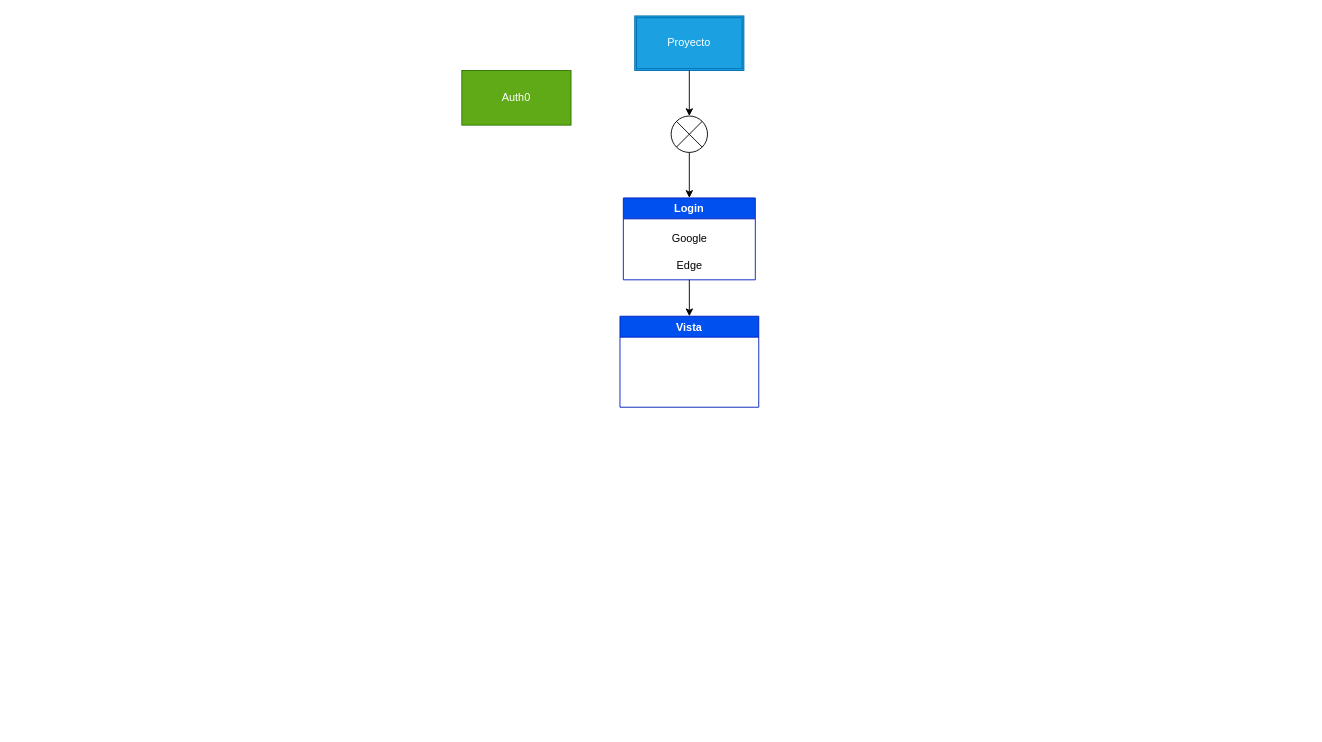
This is OneDrive/Escritorio/proyecto-cmd/Mapa/Estructura.drawio from blue1708/proyecto-crm, a draw.io file, before an edit. Source tidied: cells renumbered, new cells numbered last; positions are measured from the earlier drawing's top-left corner, leaving out a move shared by most shapes. Both pictures are drawn from the tidied source at 91%, with x=0, y=0 at pixel (461, 15).
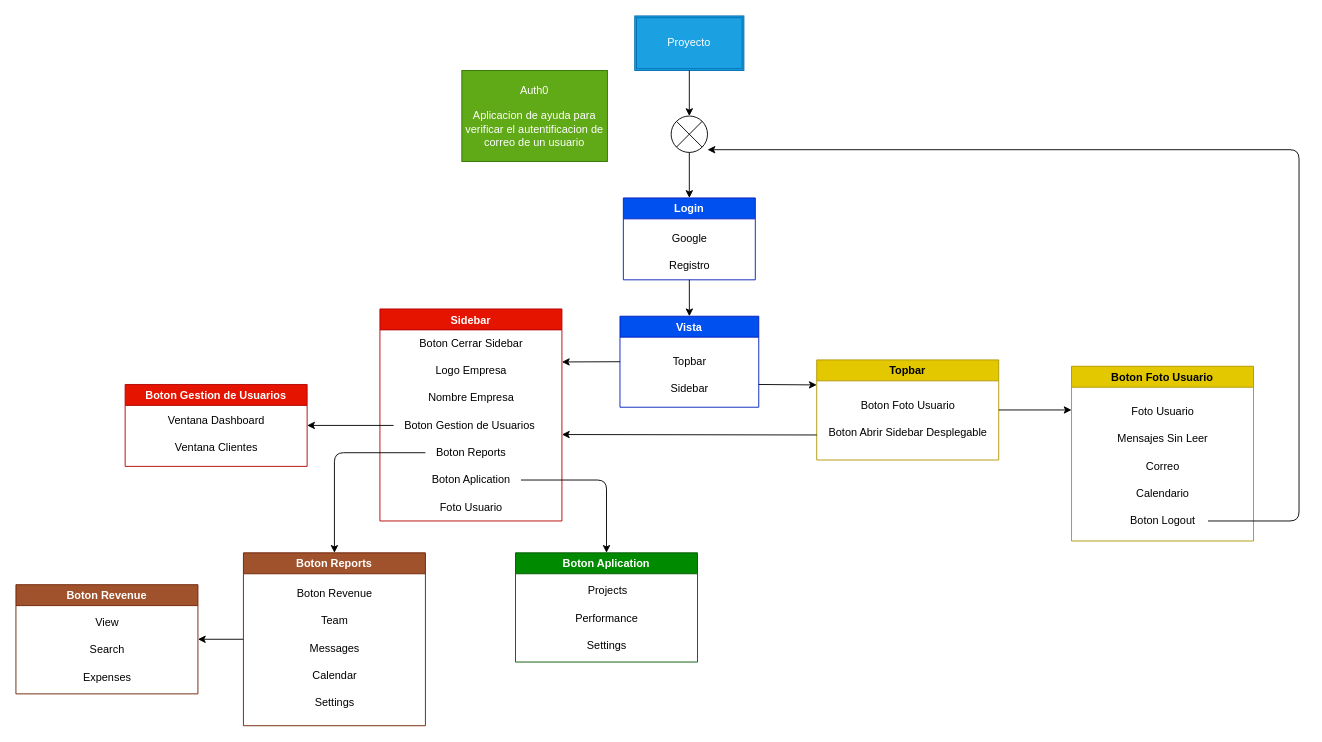
Above is the later version.

The change refers to these unchanged cells:
```xml
<mxCell id="2" style="shape=sumEllipse;perimeter=ellipsePerimeter;whiteSpace=wrap;html=1;backgroundOutline=1;" parent="1" vertex="1">
  <mxGeometry x="230" y="110" width="40" height="40" as="geometry" />
</mxCell>
<mxCell id="3" value="Proyecto" style="shape=ext;double=1;rounded=0;whiteSpace=wrap;html=1;fillColor=#1ba1e2;fontColor=#ffffff;strokeColor=#006EAF;" parent="1" vertex="1">
  <mxGeometry x="190" width="120" height="60" as="geometry" />
</mxCell>
<mxCell id="5" value="Login" style="swimlane;fillColor=#0050ef;fontColor=#ffffff;strokeColor=#001DBC;startSize=23;" parent="1" vertex="1">
  <mxGeometry x="177.5" y="200" width="145" height="90" as="geometry" />
</mxCell>
<mxCell id="9" value="Vista" style="swimlane;fillColor=#0050ef;fontColor=#ffffff;strokeColor=#001DBC;" parent="1" vertex="1">
  <mxGeometry x="173.8" y="330" width="152.5" height="100" as="geometry" />
</mxCell>
```

Diff of the diagram source:
```diff
@@
-    <mxCell id="4" style="endArrow=classic;html=1;exitX=0.5;exitY=1;exitDx=0;exitDy=0;entryX=0.5;entryY=0;entryDx=0;entryDy=0;" parent="1" edge="1" source="3" target="2">
+    <mxCell id="4" style="endArrow=classic;html=1;entryX=0.5;entryY=0;entryDx=0;entryDy=0;" parent="1" edge="1" source="3" target="2">
       <mxGeometry relative="1" as="geometry" />
     </mxCell>
@@
-    <mxCell id="7" value="Edge" style="text;html=1;align=center;verticalAlign=middle;strokeColor=none;fillColor=none;" parent="5" vertex="1">
-      <mxGeometry x="47.5" y="60" width="50" height="30" as="geometry" />
+    <mxCell id="7" value="Registro" style="text;html=1;align=center;verticalAlign=middle;strokeColor=none;fillColor=none;" parent="5" vertex="1">
+      <mxGeometry x="37.5" y="60" width="70" height="30" as="geometry" />
     </mxCell>
@@
+    <mxCell id="12" value="Topbar" style="text;html=1;align=center;verticalAlign=middle;strokeColor=none;fillColor=none;" parent="9" vertex="1">
+      <mxGeometry x="46.2" y="35" width="60" height="30" as="geometry" />
+    </mxCell>
@@
-    <mxCell id="11" value="Auth0" style="rounded=0;whiteSpace=wrap;html=1;fillColor=#60a917;fontColor=#ffffff;strokeColor=#2D7600;" parent="1" vertex="1">
-      <mxGeometry y="60" width="120" height="60" as="geometry" />
+    <mxCell id="11" value="Auth0&lt;br&gt;&lt;br&gt;Aplicacion de ayuda para verificar el autentificacion de correo de un usuario" style="rounded=0;whiteSpace=wrap;html=1;fillColor=#60a917;fontColor=#ffffff;strokeColor=#2D7600;" parent="1" vertex="1">
+      <mxGeometry y="60" width="160" height="100" as="geometry" />
     </mxCell>
+    <mxCell id="13" value="Sidebar" style="text;html=1;align=center;verticalAlign=middle;strokeColor=none;fillColor=none;" parent="1" vertex="1">
+      <mxGeometry x="215" y="395" width="70" height="30" as="geometry" />
+    </mxCell>
+    <mxCell id="14" value="Topbar" style="swimlane;fillColor=#e3c800;fontColor=#000000;strokeColor=#B09500;" parent="1" vertex="1">
+      <mxGeometry x="390" y="378" width="200" height="110" as="geometry" />
+    </mxCell>
+    <mxCell id="15" value="Boton Foto Usuario" style="text;html=1;align=center;verticalAlign=middle;strokeColor=none;fillColor=none;" parent="14" vertex="1">
+      <mxGeometry x="35" y="35" width="130" height="30" as="geometry" />
+    </mxCell>
+    <mxCell id="16" value="Boton Abrir Sidebar Desplegable" style="text;html=1;align=center;verticalAlign=middle;strokeColor=none;fillColor=none;" parent="14" vertex="1">
+      <mxGeometry y="65" width="200" height="30" as="geometry" />
+    </mxCell>
+    <mxCell id="17" value="Sidebar" style="swimlane;fillColor=#e51400;fontColor=#ffffff;strokeColor=#B20000;" parent="1" vertex="1">
+      <mxGeometry x="-90" y="322" width="200" height="233" as="geometry" />
+    </mxCell>
+    <mxCell id="18" value="Foto Usuario" style="text;html=1;align=center;verticalAlign=middle;strokeColor=none;fillColor=none;" parent="17" vertex="1">
+      <mxGeometry x="55" y="203" width="90" height="30" as="geometry" />
+    </mxCell>
+    <mxCell id="19" value="Nombre Empresa" style="text;html=1;align=center;verticalAlign=middle;strokeColor=none;fillColor=none;" parent="17" vertex="1">
+      <mxGeometry x="40" y="83" width="120" height="30" as="geometry" />
+    </mxCell>
+    <mxCell id="20" value="Boton Gestion de Usuarios&amp;nbsp;" style="text;html=1;align=center;verticalAlign=middle;points=[];strokeColor=none;fillColor=none;" parent="17" vertex="1">
+      <mxGeometry x="15" y="113" width="170" height="30" as="geometry" />
+    </mxCell>
+    <mxCell id="21" value="Boton Reports" style="text;html=1;align=center;verticalAlign=middle;points=[];strokeColor=none;fillColor=none;" parent="17" vertex="1">
+      <mxGeometry x="50" y="143" width="100" height="30" as="geometry" />
+    </mxCell>
+    <mxCell id="22" value="Boton Aplication" style="text;html=1;align=center;verticalAlign=middle;points=[];strokeColor=none;fillColor=none;" parent="17" vertex="1">
+      <mxGeometry x="45" y="173" width="110" height="30" as="geometry" />
+    </mxCell>
+    <mxCell id="23" value="Logo Empresa" style="text;html=1;align=center;verticalAlign=middle;strokeColor=none;fillColor=none;" parent="17" vertex="1">
+      <mxGeometry x="50" y="53" width="100" height="30" as="geometry" />
+    </mxCell>
+    <mxCell id="24" value="Boton Cerrar Sidebar" style="text;html=1;align=center;verticalAlign=middle;strokeColor=none;fillColor=none;" parent="17" vertex="1">
+      <mxGeometry x="30" y="23" width="140" height="30" as="geometry" />
+    </mxCell>
+    <mxCell id="25" style="endArrow=classic;html=1;exitX=0;exitY=0.5;exitDx=0;exitDy=0;entryX=1;entryY=0.25;entryDx=0;entryDy=0;" parent="1" edge="1" source="9" target="17">
+      <mxGeometry relative="1" as="geometry" />
+    </mxCell>
+    <mxCell id="26" style="endArrow=classic;html=1;entryX=0;entryY=0.25;entryDx=0;entryDy=0;exitX=1;exitY=0.75;exitDx=0;exitDy=0;" parent="1" edge="1" source="9" target="14">
+      <mxGeometry relative="1" as="geometry" />
+    </mxCell>
+    <mxCell id="27" value="Boton Foto Usuario" style="swimlane;fillColor=#e3c800;fontColor=#000000;strokeColor=#B09500;startSize=23;" parent="1" vertex="1">
+      <mxGeometry x="670" y="385" width="200" height="192" as="geometry" />
+    </mxCell>
+    <mxCell id="28" value="Foto Usuario" style="text;html=1;align=center;verticalAlign=middle;strokeColor=none;fillColor=none;" parent="27" vertex="1">
+      <mxGeometry x="55" y="35" width="90" height="30" as="geometry" />
+    </mxCell>
+    <mxCell id="29" value="Mensajes Sin Leer" style="text;html=1;align=center;verticalAlign=middle;strokeColor=none;fillColor=none;" parent="27" vertex="1">
+      <mxGeometry x="40" y="65" width="120" height="30" as="geometry" />
+    </mxCell>
+    <mxCell id="30" value="Correo" style="text;html=1;align=center;verticalAlign=middle;strokeColor=none;fillColor=none;" parent="27" vertex="1">
+      <mxGeometry x="70" y="95" width="60" height="30" as="geometry" />
+    </mxCell>
+    <mxCell id="31" value="Calendario" style="text;html=1;align=center;verticalAlign=middle;strokeColor=none;fillColor=none;" parent="27" vertex="1">
+      <mxGeometry x="60" y="125" width="80" height="30" as="geometry" />
+    </mxCell>
+    <mxCell id="32" value="Boton Logout" style="text;html=1;align=center;verticalAlign=middle;points=[];strokeColor=none;fillColor=none;" parent="27" vertex="1">
+      <mxGeometry x="50" y="155" width="100" height="30" as="geometry" />
+    </mxCell>
+    <mxCell id="33" style="endArrow=classic;html=1;exitX=1;exitY=0.5;exitDx=0;exitDy=0;entryX=0;entryY=0.25;entryDx=0;entryDy=0;" parent="1" edge="1" source="14" target="27">
+      <mxGeometry relative="1" as="geometry" />
+    </mxCell>
+    <mxCell id="34" style="edgeStyle=none;html=1;entryX=1;entryY=0.5;entryDx=0;entryDy=0;" parent="1" edge="1" source="32">
+      <mxGeometry relative="1" as="geometry">
+        <mxPoint x="270" y="147" as="targetPoint" />
+        <Array as="points">
+          <mxPoint x="920" y="555" />
+          <mxPoint x="920" y="147" />
+        </Array>
+      </mxGeometry>
+    </mxCell>
+    <mxCell id="35" value="Boton Gestion de Usuarios" style="swimlane;fillColor=#e51400;fontColor=#ffffff;strokeColor=#B20000;" parent="1" vertex="1">
+      <mxGeometry x="-370" y="405" width="200" height="90" as="geometry" />
+    </mxCell>
+    <mxCell id="36" value="Ventana Dashboard" style="text;html=1;align=center;verticalAlign=middle;strokeColor=none;fillColor=none;" parent="35" vertex="1">
+      <mxGeometry x="35" y="25" width="130" height="30" as="geometry" />
+    </mxCell>
+    <mxCell id="37" value="Ventana Clientes" style="text;html=1;align=center;verticalAlign=middle;strokeColor=none;fillColor=none;" parent="35" vertex="1">
+      <mxGeometry x="45" y="55" width="110" height="30" as="geometry" />
+    </mxCell>
+    <mxCell id="38" style="edgeStyle=none;html=1;entryX=1;entryY=0.5;entryDx=0;entryDy=0;" parent="1" edge="1" source="20" target="35">
+      <mxGeometry relative="1" as="geometry" />
+    </mxCell>
+    <mxCell id="39" style="edgeStyle=none;html=1;entryX=1;entryY=0.5;entryDx=0;entryDy=0;" parent="1" edge="1" source="40" target="47">
+      <mxGeometry relative="1" as="geometry" />
+    </mxCell>
+    <mxCell id="40" value="Boton Reports" style="swimlane;fillColor=#a0522d;fontColor=#ffffff;strokeColor=#6D1F00;" parent="1" vertex="1">
+      <mxGeometry x="-240" y="590" width="200" height="190" as="geometry" />
+    </mxCell>
+    <mxCell id="41" value="Boton Revenue" style="text;html=1;align=center;verticalAlign=middle;strokeColor=none;fillColor=none;" parent="40" vertex="1">
+      <mxGeometry x="45" y="30" width="110" height="30" as="geometry" />
+    </mxCell>
+    <mxCell id="42" value="Team" style="text;html=1;align=center;verticalAlign=middle;strokeColor=none;fillColor=none;" parent="40" vertex="1">
+      <mxGeometry x="75" y="60" width="50" height="30" as="geometry" />
+    </mxCell>
+    <mxCell id="43" value="Messages" style="text;html=1;align=center;verticalAlign=middle;strokeColor=none;fillColor=none;" parent="40" vertex="1">
+      <mxGeometry x="60" y="90" width="80" height="30" as="geometry" />
+    </mxCell>
+    <mxCell id="44" value="Calendar" style="text;html=1;align=center;verticalAlign=middle;strokeColor=none;fillColor=none;" parent="40" vertex="1">
+      <mxGeometry x="65" y="120" width="70" height="30" as="geometry" />
+    </mxCell>
+    <mxCell id="45" value="Settings" style="text;html=1;align=center;verticalAlign=middle;strokeColor=none;fillColor=none;" parent="40" vertex="1">
+      <mxGeometry x="65" y="150" width="70" height="30" as="geometry" />
+    </mxCell>
+    <mxCell id="46" style="edgeStyle=none;html=1;entryX=0.5;entryY=0;entryDx=0;entryDy=0;" parent="1" edge="1" source="21" target="40">
+      <mxGeometry relative="1" as="geometry">
+        <Array as="points">
+          <mxPoint x="-140" y="480" />
+        </Array>
+      </mxGeometry>
+    </mxCell>
+    <mxCell id="47" value="Boton Revenue" style="swimlane;fillColor=#a0522d;fontColor=#ffffff;strokeColor=#6D1F00;" parent="1" vertex="1">
+      <mxGeometry x="-490" y="625" width="200" height="120" as="geometry" />
+    </mxCell>
+    <mxCell id="48" value="View" style="text;html=1;align=center;verticalAlign=middle;strokeColor=none;fillColor=none;" parent="47" vertex="1">
+      <mxGeometry x="75" y="27" width="50" height="30" as="geometry" />
+    </mxCell>
+    <mxCell id="49" value="Search" style="text;html=1;align=center;verticalAlign=middle;strokeColor=none;fillColor=none;" parent="47" vertex="1">
+      <mxGeometry x="70" y="57" width="60" height="30" as="geometry" />
+    </mxCell>
+    <mxCell id="50" value="Expenses" style="text;html=1;align=center;verticalAlign=middle;strokeColor=none;fillColor=none;" parent="47" vertex="1">
+      <mxGeometry x="60" y="87" width="80" height="30" as="geometry" />
+    </mxCell>
+    <mxCell id="51" value="Boton Aplication" style="swimlane;fillColor=#008a00;fontColor=#ffffff;strokeColor=#005700;" parent="1" vertex="1">
+      <mxGeometry x="59" y="590" width="200" height="120" as="geometry" />
+    </mxCell>
+    <mxCell id="52" value="Projects" style="text;html=1;align=center;verticalAlign=middle;strokeColor=none;fillColor=none;" parent="51" vertex="1">
+      <mxGeometry x="66" y="27" width="70" height="30" as="geometry" />
+    </mxCell>
+    <mxCell id="53" value="Performance" style="text;html=1;align=center;verticalAlign=middle;strokeColor=none;fillColor=none;" parent="51" vertex="1">
+      <mxGeometry x="55" y="57" width="90" height="30" as="geometry" />
+    </mxCell>
+    <mxCell id="54" value="Settings" style="text;html=1;align=center;verticalAlign=middle;strokeColor=none;fillColor=none;" parent="51" vertex="1">
+      <mxGeometry x="65" y="87" width="70" height="30" as="geometry" />
+    </mxCell>
+    <mxCell id="55" style="edgeStyle=none;html=1;entryX=0.5;entryY=0;entryDx=0;entryDy=0;" parent="1" edge="1" source="22" target="51">
+      <mxGeometry relative="1" as="geometry">
+        <Array as="points">
+          <mxPoint x="159" y="510" />
+        </Array>
+      </mxGeometry>
+    </mxCell>
+    <mxCell id="56" style="endArrow=classic;html=1;exitX=0;exitY=0.75;exitDx=0;exitDy=0;" parent="1" edge="1" source="14">
+      <mxGeometry relative="1" as="geometry">
+        <mxPoint x="110" y="460" as="targetPoint" />
+      </mxGeometry>
+    </mxCell>
```
